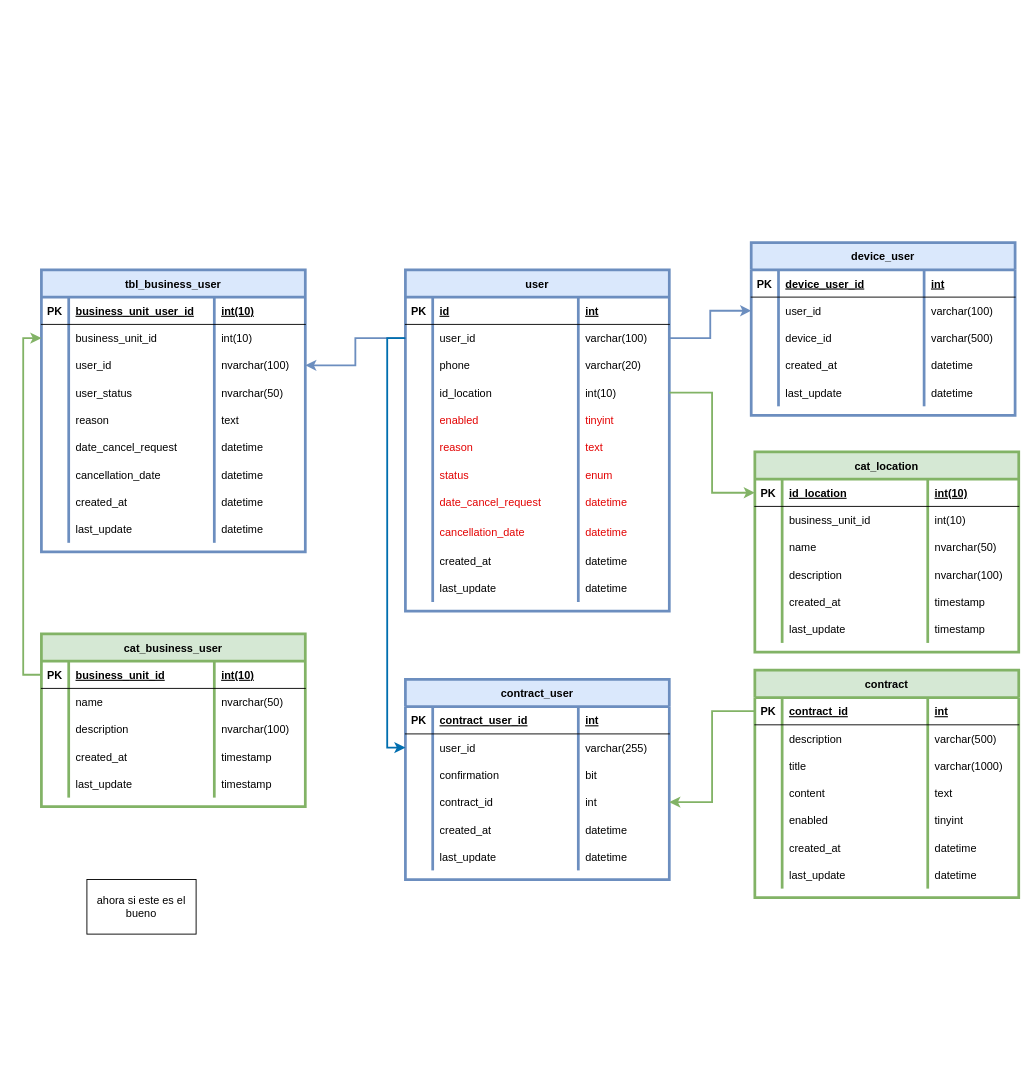
Earlier version of the draw.io diagram page "Users" (1 of 4) of Data base/E-R Dev.drawio (marcoluisdf/documentacion). Source tidied: cells renumbered, new cells numbered last; positions are measured from the earlier drawing's top-left corner, leaving out a move shared by most shapes. Both pictures are drawn from the tidied source at 91%, with x=0, y=0 at pixel (41, 242).
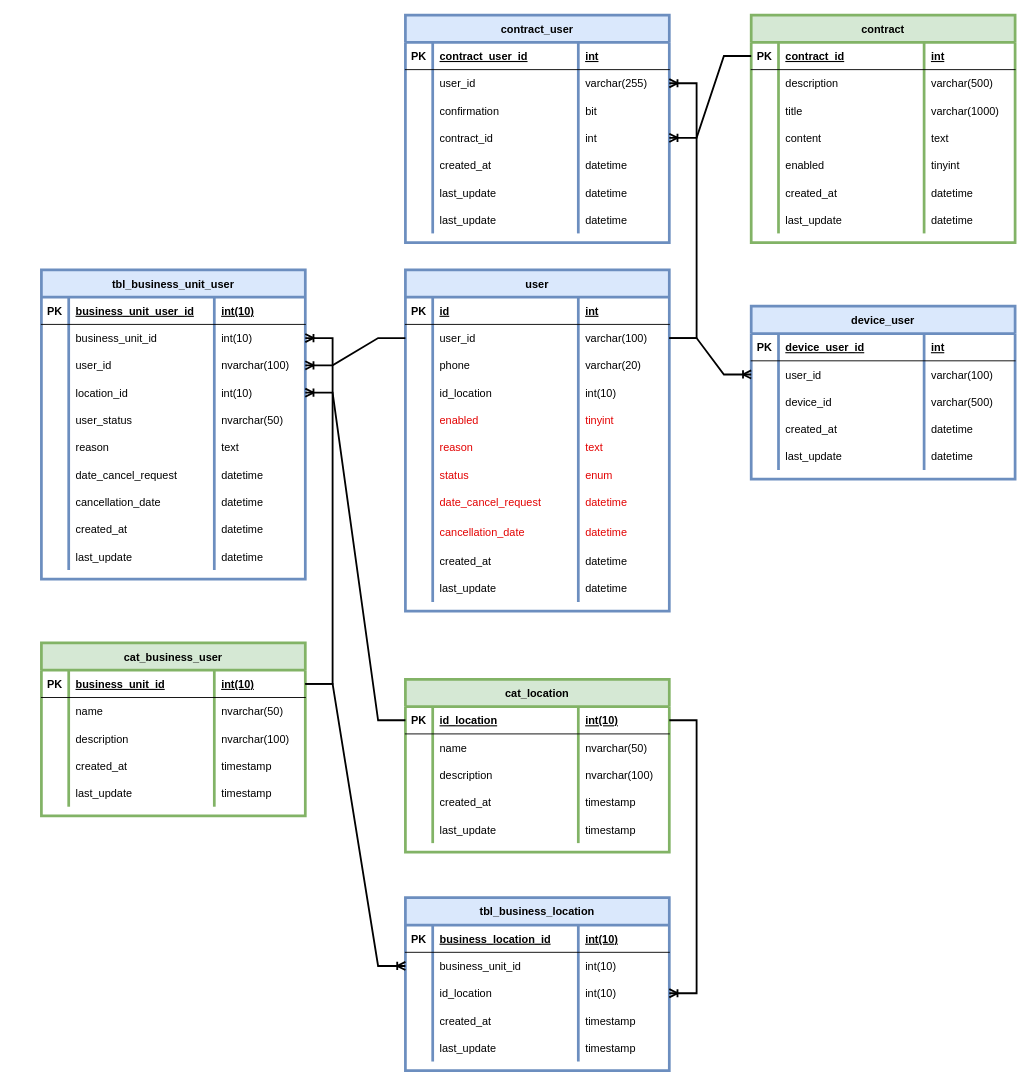
The same diagram, later.

The change refers to these unchanged cells:
```xml
<mxCell id="7" style="shape=partialRectangle;fillColor=none;points=[[0,0.5],[1,0.5]];portConstraint=eastwest;top=0;left=0;right=0;bottom=0;" parent="2" vertex="1">
  <mxGeometry y="60" width="290" height="30" as="geometry" />
</mxCell>
<mxCell id="15" style="shape=partialRectangle;fillColor=none;points=[[0,0.5],[1,0.5]];portConstraint=eastwest;top=0;left=0;right=0;bottom=0;" parent="2" vertex="1">
  <mxGeometry y="120" width="290" height="30" as="geometry" />
</mxCell>
<mxCell id="48" style="shape=partialRectangle;fillColor=none;points=[[0,0.5],[1,0.5]];portConstraint=eastwest;top=0;left=0;right=0;bottom=1;" parent="47" vertex="1">
  <mxGeometry y="30" width="290" height="30" as="geometry" />
</mxCell>
<mxCell id="81" style="shape=partialRectangle;fillColor=none;points=[[0,0.5],[1,0.5]];portConstraint=eastwest;top=0;left=0;right=0;bottom=0;" parent="76" vertex="1">
  <mxGeometry y="60" width="290" height="30" as="geometry" />
</mxCell>
<mxCell id="89" style="shape=partialRectangle;fillColor=none;points=[[0,0.5],[1,0.5]];portConstraint=eastwest;top=0;left=0;right=0;bottom=0;" parent="76" vertex="1">
  <mxGeometry y="120" width="290" height="30" as="geometry" />
</mxCell>
<mxCell id="106" style="shape=partialRectangle;fillColor=none;points=[[0,0.5],[1,0.5]];portConstraint=eastwest;top=0;left=0;right=0;bottom=0;" parent="101" vertex="1">
  <mxGeometry y="60" width="290" height="30" as="geometry" />
</mxCell>
<mxCell id="129" style="shape=partialRectangle;fillColor=none;points=[[0,0.5],[1,0.5]];portConstraint=eastwest;top=0;left=0;right=0;bottom=0;" parent="124" vertex="1">
  <mxGeometry y="60" width="290" height="30" as="geometry" />
</mxCell>
<mxCell id="133" style="shape=partialRectangle;fillColor=none;points=[[0,0.5],[1,0.5]];portConstraint=eastwest;top=0;left=0;right=0;bottom=0;" parent="124" vertex="1">
  <mxGeometry y="90" width="290" height="30" as="geometry" />
</mxCell>
<mxCell id="162" style="shape=partialRectangle;fillColor=none;points=[[0,0.5],[1,0.5]];portConstraint=eastwest;top=0;left=0;right=0;bottom=1;" parent="161" vertex="1">
  <mxGeometry y="30" width="290" height="30" as="geometry" />
</mxCell>
<mxCell id="185" style="shape=partialRectangle;fillColor=none;points=[[0,0.5],[1,0.5]];portConstraint=eastwest;top=0;left=0;right=0;bottom=1;" parent="184" vertex="1">
  <mxGeometry y="30" width="290" height="30" as="geometry" />
</mxCell>
```

Change to the diagram source:
```diff
@@
     <mxCell id="47" value="contract" style="shape=table;startSize=30;childLayout=tableLayout;rowLines=0;fontStyle=1;align=center;strokeColor=#82b366;fillColor=#d5e8d4;strokeWidth=3;" parent="1" vertex="1">
-      <mxGeometry x="784" y="470" width="290" height="250" as="geometry" />
+      <mxGeometry x="780" y="-250" width="290" height="250" as="geometry" />
     </mxCell>
@@
     <mxCell id="76" value="contract_user" style="shape=table;startSize=30;childLayout=tableLayout;rowLines=0;fontStyle=1;align=center;strokeColor=#6c8ebf;fillColor=#dae8fc;strokeWidth=3;" parent="1" vertex="1">
-      <mxGeometry x="400" y="480" width="290" height="220" as="geometry" />
+      <mxGeometry x="400" y="-250" width="290" height="250" as="geometry" />
     </mxCell>
@@
+    <mxCell id="212" style="shape=partialRectangle;fillColor=none;top=0;left=0;right=0;bottom=0;" parent="76" vertex="1">
+      <mxGeometry y="180" width="290" height="30" as="geometry" />
+    </mxCell>
+    <mxCell id="213" style="shape=partialRectangle;overflow=hidden;fillColor=none;top=0;left=0;bottom=0;right=0;" parent="212" vertex="1">
+      <mxGeometry width="30" height="30" as="geometry" />
+    </mxCell>
+    <mxCell id="214" value="last_update" style="shape=partialRectangle;overflow=hidden;fillColor=none;top=0;left=0;bottom=0;right=0;align=left;spacingLeft=6;" parent="212" vertex="1">
+      <mxGeometry x="30" width="160" height="30" as="geometry" />
+    </mxCell>
+    <mxCell id="215" value="datetime" style="shape=partialRectangle;overflow=hidden;fillColor=none;top=0;left=0;bottom=0;right=0;align=left;spacingLeft=6;" parent="212" vertex="1">
+      <mxGeometry x="190" width="100" height="30" as="geometry" />
+    </mxCell>
     <mxCell id="97" style="shape=partialRectangle;fillColor=none;top=0;left=0;right=0;bottom=0;" parent="76" vertex="1">
-      <mxGeometry y="180" width="290" height="30" as="geometry" />
+      <mxGeometry y="210" width="290" height="30" as="geometry" />
     </mxCell>
@@
     <mxCell id="101" value="device_user" style="shape=table;startSize=30;childLayout=tableLayout;rowLines=0;fontStyle=1;align=center;strokeColor=#6c8ebf;fillColor=#dae8fc;strokeWidth=3;" parent="1" vertex="1">
-      <mxGeometry x="780" width="290" height="190" as="geometry" />
+      <mxGeometry x="780" y="70" width="290" height="190" as="geometry" />
     </mxCell>
@@
-    <mxCell id="122" style="edgeStyle=orthogonalEdgeStyle;rounded=0;jettySize=auto;html=1;exitX=1;exitY=0.5;exitDx=0;exitDy=0;strokeWidth=2;fillColor=#dae8fc;strokeColor=#6c8ebf;" parent="1" edge="1" source="7" target="106">
-      <mxGeometry relative="1" as="geometry" />
-    </mxCell>
-    <mxCell id="123" style="edgeStyle=orthogonalEdgeStyle;rounded=0;jettySize=auto;html=1;strokeWidth=2;fillColor=#d5e8d4;strokeColor=#82b366;" parent="1" edge="1" source="48" target="89">
-      <mxGeometry relative="1" as="geometry" />
-    </mxCell>
-    <mxCell id="124" value="tbl_business_user" style="shape=table;startSize=30;childLayout=tableLayout;rowLines=0;fontStyle=1;align=center;fillColor=#dae8fc;strokeColor=#6c8ebf;strokeWidth=3;" parent="1" vertex="1">
-      <mxGeometry y="30" width="290" height="310" as="geometry" />
+    <mxCell id="124" value="tbl_business_unit_user" style="shape=table;startSize=30;childLayout=tableLayout;rowLines=0;fontStyle=1;align=center;fillColor=#dae8fc;strokeColor=#6c8ebf;strokeWidth=3;" parent="1" vertex="1">
+      <mxGeometry y="30" width="290" height="340" as="geometry" />
     </mxCell>
@@
+    <mxCell id="216" style="shape=partialRectangle;fillColor=none;points=[[0,0.5],[1,0.5]];portConstraint=eastwest;top=0;left=0;right=0;bottom=0;" parent="124" vertex="1">
+      <mxGeometry y="120" width="290" height="30" as="geometry" />
+    </mxCell>
+    <mxCell id="217" style="shape=partialRectangle;overflow=hidden;fillColor=none;top=0;left=0;bottom=0;right=0;" parent="216" vertex="1">
+      <mxGeometry width="30" height="30" as="geometry" />
+    </mxCell>
+    <mxCell id="218" value="location_id" style="shape=partialRectangle;overflow=hidden;fillColor=none;top=0;left=0;bottom=0;right=0;align=left;spacingLeft=6;" parent="216" vertex="1">
+      <mxGeometry x="30" width="160" height="30" as="geometry" />
+    </mxCell>
+    <mxCell id="219" value="int(10)" style="shape=partialRectangle;overflow=hidden;fillColor=none;top=0;left=0;bottom=0;right=0;align=left;spacingLeft=6;" parent="216" vertex="1">
+      <mxGeometry x="190" width="100" height="30" as="geometry" />
+    </mxCell>
     <mxCell id="137" style="shape=partialRectangle;fillColor=none;top=0;left=0;right=0;bottom=0;" parent="124" vertex="1">
-      <mxGeometry y="120" width="290" height="30" as="geometry" />
+      <mxGeometry y="150" width="290" height="30" as="geometry" />
     </mxCell>
@@
     <mxCell id="141" style="shape=partialRectangle;fillColor=none;top=0;left=0;right=0;bottom=0;" parent="124" vertex="1">
-      <mxGeometry y="150" width="290" height="30" as="geometry" />
+      <mxGeometry y="180" width="290" height="30" as="geometry" />
     </mxCell>
@@
     <mxCell id="145" style="shape=partialRectangle;fillColor=none;top=0;left=0;right=0;bottom=0;" parent="124" vertex="1">
-      <mxGeometry y="180" width="290" height="30" as="geometry" />
+      <mxGeometry y="210" width="290" height="30" as="geometry" />
     </mxCell>
@@
     <mxCell id="149" style="shape=partialRectangle;fillColor=none;top=0;left=0;right=0;bottom=0;" parent="124" vertex="1">
-      <mxGeometry y="210" width="290" height="30" as="geometry" />
+      <mxGeometry y="240" width="290" height="30" as="geometry" />
     </mxCell>
@@
     <mxCell id="153" style="shape=partialRectangle;fillColor=none;top=0;left=0;right=0;bottom=0;" parent="124" vertex="1">
-      <mxGeometry y="240" width="290" height="30" as="geometry" />
+      <mxGeometry y="270" width="290" height="30" as="geometry" />
     </mxCell>
@@
     <mxCell id="157" style="shape=partialRectangle;fillColor=none;top=0;left=0;right=0;bottom=0;" parent="124" vertex="1">
-      <mxGeometry y="270" width="290" height="30" as="geometry" />
+      <mxGeometry y="300" width="290" height="30" as="geometry" />
     </mxCell>
@@
     <mxCell id="161" value="cat_business_user" style="shape=table;startSize=30;childLayout=tableLayout;rowLines=0;fontStyle=1;align=center;fillColor=#d5e8d4;strokeColor=#82b366;strokeWidth=3;" parent="1" vertex="1">
-      <mxGeometry y="430" width="290" height="190" as="geometry" />
+      <mxGeometry y="440" width="290" height="190" as="geometry" />
     </mxCell>
@@
-    <mxCell id="182" style="edgeStyle=orthogonalEdgeStyle;rounded=0;jettySize=auto;html=1;entryX=0;entryY=0.5;entryDx=0;entryDy=0;strokeWidth=2;fillColor=#d5e8d4;strokeColor=#82b366;" parent="1" edge="1" source="162" target="129">
-      <mxGeometry relative="1" as="geometry" />
-    </mxCell>
-    <mxCell id="183" style="edgeStyle=orthogonalEdgeStyle;rounded=0;jettySize=auto;html=1;entryX=1;entryY=0.5;entryDx=0;entryDy=0;strokeWidth=2;fillColor=#dae8fc;strokeColor=#6c8ebf;" parent="1" edge="1" source="7" target="133">
-      <mxGeometry relative="1" as="geometry" />
-    </mxCell>
     <mxCell id="184" value="cat_location" style="shape=table;startSize=30;childLayout=tableLayout;rowLines=0;fontStyle=1;align=center;fillColor=#d5e8d4;strokeColor=#82b366;strokeWidth=3;" parent="1" vertex="1">
-      <mxGeometry x="784" y="230" width="290" height="220" as="geometry" />
+      <mxGeometry x="400" y="480" width="290" height="190" as="geometry" />
     </mxCell>
@@
-    <mxCell id="189" style="shape=partialRectangle;fillColor=none;points=[[0,0.5],[1,0.5]];portConstraint=eastwest;top=0;left=0;right=0;bottom=0;" parent="184" vertex="1">
-      <mxGeometry y="60" width="290" height="30" as="geometry" />
-    </mxCell>
-    <mxCell id="190" style="shape=partialRectangle;overflow=hidden;fillColor=none;top=0;left=0;bottom=0;right=0;" parent="189" vertex="1">
-      <mxGeometry width="30" height="30" as="geometry" />
-    </mxCell>
-    <mxCell id="191" value="business_unit_id" style="shape=partialRectangle;overflow=hidden;fillColor=none;top=0;left=0;bottom=0;right=0;align=left;spacingLeft=6;" parent="189" vertex="1">
-      <mxGeometry x="30" width="160" height="30" as="geometry" />
-    </mxCell>
-    <mxCell id="192" value="int(10)" style="shape=partialRectangle;overflow=hidden;fillColor=none;top=0;left=0;bottom=0;right=0;align=left;spacingLeft=6;" parent="189" vertex="1">
-      <mxGeometry x="190" width="100" height="30" as="geometry" />
-    </mxCell>
     <mxCell id="193" style="shape=partialRectangle;fillColor=none;top=0;left=0;right=0;bottom=0;" parent="184" vertex="1">
-      <mxGeometry y="90" width="290" height="30" as="geometry" />
+      <mxGeometry y="60" width="290" height="30" as="geometry" />
     </mxCell>
@@
     <mxCell id="197" style="shape=partialRectangle;fillColor=none;top=0;left=0;right=0;bottom=0;" parent="184" vertex="1">
-      <mxGeometry y="120" width="290" height="30" as="geometry" />
+      <mxGeometry y="90" width="290" height="30" as="geometry" />
     </mxCell>
@@
     <mxCell id="201" style="shape=partialRectangle;fillColor=none;top=0;left=0;right=0;bottom=0;" parent="184" vertex="1">
-      <mxGeometry y="150" width="290" height="30" as="geometry" />
+      <mxGeometry y="120" width="290" height="30" as="geometry" />
     </mxCell>
@@
     <mxCell id="205" style="shape=partialRectangle;fillColor=none;top=0;left=0;right=0;bottom=0;" parent="184" vertex="1">
-      <mxGeometry y="180" width="290" height="30" as="geometry" />
+      <mxGeometry y="150" width="290" height="30" as="geometry" />
     </mxCell>
@@
-    <mxCell id="209" style="edgeStyle=orthogonalEdgeStyle;rounded=0;jettySize=auto;html=1;entryX=0;entryY=0.5;entryDx=0;entryDy=0;strokeWidth=2;fillColor=#d5e8d4;strokeColor=#82b366;" parent="1" edge="1" source="15" target="185">
-      <mxGeometry relative="1" as="geometry" />
-    </mxCell>
+    <mxCell id="220" value="tbl_business_location" style="shape=table;startSize=30;childLayout=tableLayout;rowLines=0;fontStyle=1;align=center;fillColor=#dae8fc;strokeColor=#6c8ebf;strokeWidth=3;" parent="1" vertex="1">
+      <mxGeometry x="400" y="720" width="290" height="190" as="geometry" />
+    </mxCell>
+    <mxCell id="221" style="shape=partialRectangle;fillColor=none;top=0;left=0;right=0;bottom=1;" parent="220" vertex="1">
+      <mxGeometry y="30" width="290" height="30" as="geometry" />
+    </mxCell>
+    <mxCell id="222" value="PK" style="shape=partialRectangle;overflow=hidden;fillColor=none;top=0;left=0;bottom=0;right=0;fontStyle=1;" parent="221" vertex="1">
+      <mxGeometry width="30" height="30" as="geometry" />
+    </mxCell>
+    <mxCell id="223" value="business_location_id" style="shape=partialRectangle;overflow=hidden;fillColor=none;top=0;left=0;bottom=0;right=0;align=left;spacingLeft=6;fontStyle=5;" parent="221" vertex="1">
+      <mxGeometry x="30" width="160" height="30" as="geometry" />
+    </mxCell>
+    <mxCell id="224" value="int(10)" style="shape=partialRectangle;overflow=hidden;fillColor=none;top=0;left=0;bottom=0;right=0;align=left;spacingLeft=6;fontStyle=5;" parent="221" vertex="1">
+      <mxGeometry x="190" width="100" height="30" as="geometry" />
+    </mxCell>
+    <mxCell id="189" style="shape=partialRectangle;fillColor=none;points=[[0,0.5],[1,0.5]];portConstraint=eastwest;top=0;left=0;right=0;bottom=0;" parent="220" vertex="1">
+      <mxGeometry y="60" width="290" height="30" as="geometry" />
+    </mxCell>
+    <mxCell id="225" style="shape=partialRectangle;overflow=hidden;fillColor=none;top=0;left=0;bottom=0;right=0;" parent="189" vertex="1">
+      <mxGeometry width="30" height="30" as="geometry" />
+    </mxCell>
+    <mxCell id="191" value="business_unit_id" style="shape=partialRectangle;overflow=hidden;fillColor=none;top=0;left=0;bottom=0;right=0;align=left;spacingLeft=6;" parent="189" vertex="1">
+      <mxGeometry x="30" width="160" height="30" as="geometry" />
+    </mxCell>
+    <mxCell id="226" value="int(10)" style="shape=partialRectangle;overflow=hidden;fillColor=none;top=0;left=0;bottom=0;right=0;align=left;spacingLeft=6;" parent="189" vertex="1">
+      <mxGeometry x="190" width="100" height="30" as="geometry" />
+    </mxCell>
+    <mxCell id="227" style="shape=partialRectangle;fillColor=none;points=[[0,0.5],[1,0.5]];portConstraint=eastwest;top=0;left=0;right=0;bottom=0;" parent="220" vertex="1">
+      <mxGeometry y="90" width="290" height="30" as="geometry" />
+    </mxCell>
+    <mxCell id="228" style="shape=partialRectangle;overflow=hidden;fillColor=none;top=0;left=0;bottom=0;right=0;" parent="227" vertex="1">
+      <mxGeometry width="30" height="30" as="geometry" />
+    </mxCell>
+    <mxCell id="229" value="id_location" style="shape=partialRectangle;overflow=hidden;fillColor=none;top=0;left=0;bottom=0;right=0;align=left;spacingLeft=6;" parent="227" vertex="1">
+      <mxGeometry x="30" width="160" height="30" as="geometry" />
+    </mxCell>
+    <mxCell id="230" value="int(10)" style="shape=partialRectangle;overflow=hidden;fillColor=none;top=0;left=0;bottom=0;right=0;align=left;spacingLeft=6;" parent="227" vertex="1">
+      <mxGeometry x="190" width="100" height="30" as="geometry" />
+    </mxCell>
+    <mxCell id="231" style="shape=partialRectangle;fillColor=none;top=0;left=0;right=0;bottom=0;" parent="220" vertex="1">
+      <mxGeometry y="120" width="290" height="30" as="geometry" />
+    </mxCell>
+    <mxCell id="232" style="shape=partialRectangle;overflow=hidden;fillColor=none;top=0;left=0;bottom=0;right=0;" parent="231" vertex="1">
+      <mxGeometry width="30" height="30" as="geometry" />
+    </mxCell>
+    <mxCell id="233" value="created_at" style="shape=partialRectangle;overflow=hidden;fillColor=none;top=0;left=0;bottom=0;right=0;align=left;spacingLeft=6;" parent="231" vertex="1">
+      <mxGeometry x="30" width="160" height="30" as="geometry" />
+    </mxCell>
+    <mxCell id="234" value="timestamp" style="shape=partialRectangle;overflow=hidden;fillColor=none;top=0;left=0;bottom=0;right=0;align=left;spacingLeft=6;" parent="231" vertex="1">
+      <mxGeometry x="190" width="100" height="30" as="geometry" />
+    </mxCell>
+    <mxCell id="235" style="shape=partialRectangle;fillColor=none;top=0;left=0;right=0;bottom=0;" parent="220" vertex="1">
+      <mxGeometry y="150" width="290" height="30" as="geometry" />
+    </mxCell>
+    <mxCell id="236" style="shape=partialRectangle;overflow=hidden;fillColor=none;top=0;left=0;bottom=0;right=0;" parent="235" vertex="1">
+      <mxGeometry width="30" height="30" as="geometry" />
+    </mxCell>
+    <mxCell id="237" value="last_update" style="shape=partialRectangle;overflow=hidden;fillColor=none;top=0;left=0;bottom=0;right=0;align=left;spacingLeft=6;" parent="235" vertex="1">
+      <mxGeometry x="30" width="160" height="30" as="geometry" />
+    </mxCell>
+    <mxCell id="238" value="timestamp" style="shape=partialRectangle;overflow=hidden;fillColor=none;top=0;left=0;bottom=0;right=0;align=left;spacingLeft=6;" parent="235" vertex="1">
+      <mxGeometry x="190" width="100" height="30" as="geometry" />
+    </mxCell>
+    <mxCell id="239" style="edgeStyle=entityRelationEdgeStyle;fontSize=12;html=1;endArrow=ERoneToMany;rounded=0;strokeWidth=2;" parent="1" edge="1" source="185" target="227">
+      <mxGeometry relative="1" as="geometry" />
+    </mxCell>
+    <mxCell id="240" style="edgeStyle=entityRelationEdgeStyle;fontSize=12;html=1;endArrow=ERoneToMany;rounded=0;strokeWidth=2;" parent="1" edge="1" source="162" target="189">
+      <mxGeometry relative="1" as="geometry" />
+    </mxCell>
+    <mxCell id="182" style="edgeStyle=entityRelationEdgeStyle;fontSize=12;html=1;endArrow=ERoneToMany;rounded=0;strokeWidth=2;" parent="1" edge="1" source="162" target="129">
+      <mxGeometry relative="1" as="geometry" />
+    </mxCell>
-    <mxCell id="210" style="edgeStyle=orthogonalEdgeStyle;rounded=0;jettySize=auto;html=1;exitX=0;exitY=0.5;exitDx=0;exitDy=0;entryX=0;entryY=0.5;entryDx=0;entryDy=0;fillColor=#1ba1e2;strokeColor=#006EAF;strokeWidth=2;" parent="1" edge="1" source="7" target="81">
+    <mxCell id="210" style="edgeStyle=entityRelationEdgeStyle;fontSize=12;html=1;endArrow=ERoneToMany;rounded=0;strokeWidth=2;" parent="1" edge="1" source="7" target="81">
       <mxGeometry relative="1" as="geometry" />
     </mxCell>
-    <mxCell id="211" value="ahora si este es el bueno&lt;br&gt;" style="rounded=0;whiteSpace=wrap;html=1;" parent="1" vertex="1">
-      <mxGeometry x="50" y="700" width="120" height="60" as="geometry" />
-    </mxCell>
+    <mxCell id="122" style="edgeStyle=entityRelationEdgeStyle;fontSize=12;html=1;endArrow=ERoneToMany;rounded=0;strokeWidth=2;" parent="1" edge="1" source="7" target="106">
+      <mxGeometry relative="1" as="geometry" />
+    </mxCell>
+    <mxCell id="123" style="edgeStyle=entityRelationEdgeStyle;fontSize=12;html=1;endArrow=ERoneToMany;rounded=0;strokeWidth=2;" parent="1" edge="1" source="48" target="89">
+      <mxGeometry relative="1" as="geometry" />
+    </mxCell>
+    <mxCell id="241" style="edgeStyle=entityRelationEdgeStyle;fontSize=12;html=1;endArrow=ERoneToMany;rounded=0;strokeWidth=2;" parent="1" edge="1" source="185" target="216">
+      <mxGeometry relative="1" as="geometry" />
+    </mxCell>
+    <mxCell id="183" style="edgeStyle=entityRelationEdgeStyle;fontSize=12;html=1;endArrow=ERoneToMany;rounded=0;strokeWidth=2;" parent="1" edge="1" source="7" target="133">
+      <mxGeometry relative="1" as="geometry" />
+    </mxCell>
```
